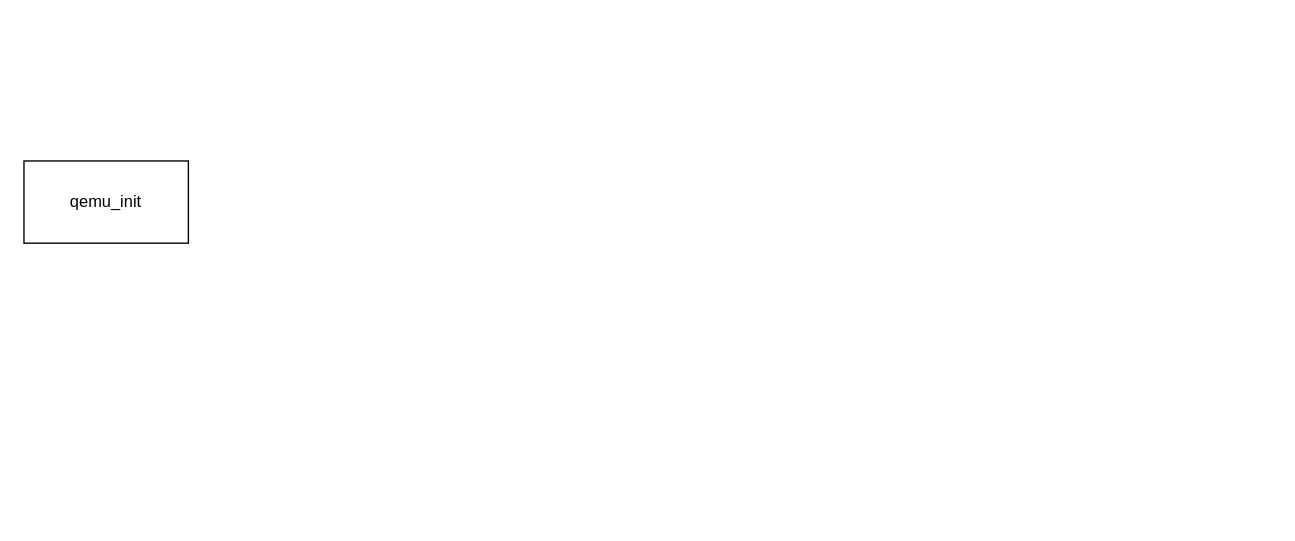
Above: page "第 2 页" (2 of 2) of Untitled Diagram.drawio in HDBoy/a-small-cloud (draw.io), before the change. Source tidied: cells renumbered, new cells numbered last; positions are measured from the earlier drawing's top-left corner, leaving out a move shared by most shapes. Both pictures are drawn from the tidied source at 137%, with x=0, y=0 at pixel (23, 160).
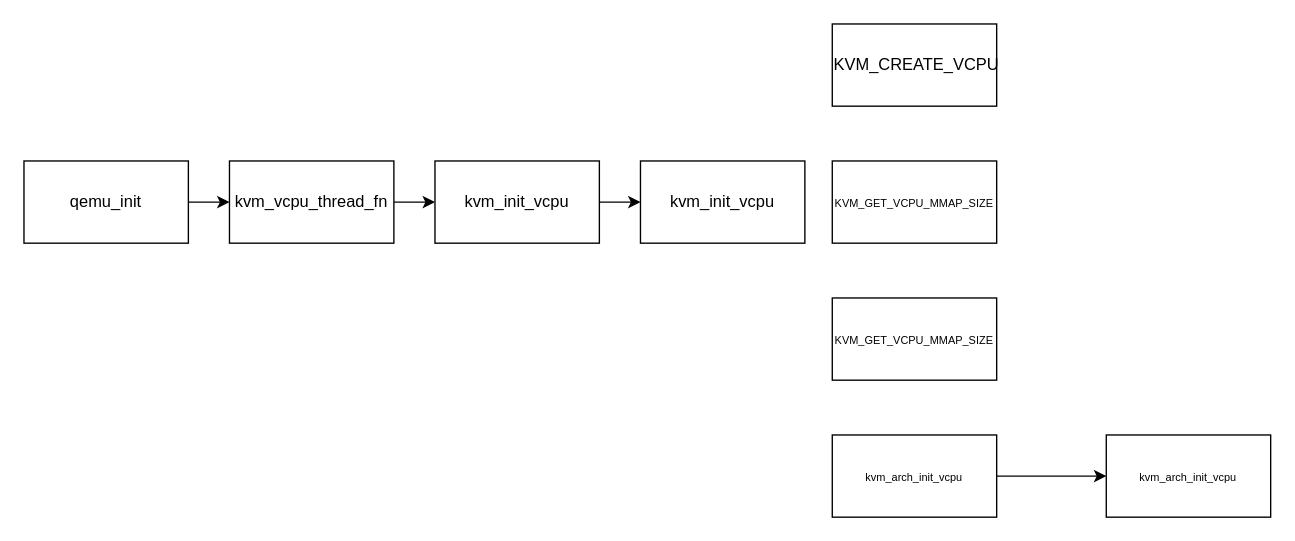
Above is the later version.

Diff of the diagram source:
```diff
@@
 <mxGraphModel>
   <root>
     <mxCell id="0" />
     <mxCell id="1" parent="0" />
+    <mxCell id="3" style="edgeStyle=orthogonalEdgeStyle;rounded=0;jettySize=auto;html=1;" parent="1" edge="1" source="2" target="5">
+      <mxGeometry relative="1" as="geometry" />
+    </mxCell>
     <mxCell id="2" value="qemu_init" style="rounded=0;whiteSpace=wrap;html=1;" parent="1" vertex="1">
       <mxGeometry width="120" height="60" as="geometry" />
     </mxCell>
+    <mxCell id="4" style="edgeStyle=orthogonalEdgeStyle;rounded=0;jettySize=auto;html=1;" parent="1" edge="1" source="5" target="7">
+      <mxGeometry relative="1" as="geometry" />
+    </mxCell>
+    <mxCell id="5" value="kvm_vcpu_thread_fn" style="rounded=0;whiteSpace=wrap;html=1;" parent="1" vertex="1">
+      <mxGeometry x="150" width="120" height="60" as="geometry" />
+    </mxCell>
+    <mxCell id="6" style="edgeStyle=orthogonalEdgeStyle;rounded=0;jettySize=auto;html=1;entryX=0;entryY=0.5;entryDx=0;entryDy=0;" parent="1" edge="1" source="7" target="8">
+      <mxGeometry relative="1" as="geometry" />
+    </mxCell>
+    <mxCell id="7" value="kvm_init_vcpu" style="rounded=0;whiteSpace=wrap;html=1;" parent="1" vertex="1">
+      <mxGeometry x="300" width="120" height="60" as="geometry" />
+    </mxCell>
+    <mxCell id="8" value="kvm_init_vcpu" style="rounded=0;whiteSpace=wrap;html=1;" parent="1" vertex="1">
+      <mxGeometry x="450" width="120" height="60" as="geometry" />
+    </mxCell>
+    <mxCell id="9" value="&amp;nbsp;KVM_CREATE_VCPU" style="rounded=0;whiteSpace=wrap;html=1;" parent="1" vertex="1">
+      <mxGeometry x="590" y="-100" width="120" height="60" as="geometry" />
+    </mxCell>
+    <mxCell id="10" value="&lt;font style=&quot;font-size: 8px;&quot;&gt;KVM_GET_VCPU_MMAP_SIZE&lt;/font&gt;" style="rounded=0;whiteSpace=wrap;html=1;" parent="1" vertex="1">
+      <mxGeometry x="590" width="120" height="60" as="geometry" />
+    </mxCell>
+    <mxCell id="11" value="&lt;font style=&quot;font-size: 8px;&quot;&gt;KVM_GET_VCPU_MMAP_SIZE&lt;/font&gt;" style="rounded=0;whiteSpace=wrap;html=1;" parent="1" vertex="1">
+      <mxGeometry x="590" y="100" width="120" height="60" as="geometry" />
+    </mxCell>
+    <mxCell id="12" style="edgeStyle=orthogonalEdgeStyle;rounded=0;jettySize=auto;html=1;" parent="1" edge="1" source="13" target="14">
+      <mxGeometry relative="1" as="geometry" />
+    </mxCell>
+    <mxCell id="13" value="&lt;font style=&quot;font-size: 8px;&quot;&gt;kvm_arch_init_vcpu&lt;/font&gt;" style="rounded=0;whiteSpace=wrap;html=1;" parent="1" vertex="1">
+      <mxGeometry x="590" y="200" width="120" height="60" as="geometry" />
+    </mxCell>
+    <mxCell id="14" value="&lt;font style=&quot;font-size: 8px;&quot;&gt;kvm_arch_init_vcpu&lt;/font&gt;" style="rounded=0;whiteSpace=wrap;html=1;" parent="1" vertex="1">
+      <mxGeometry x="790" y="200" width="120" height="60" as="geometry" />
+    </mxCell>
   </root>
 </mxGraphModel>
```
